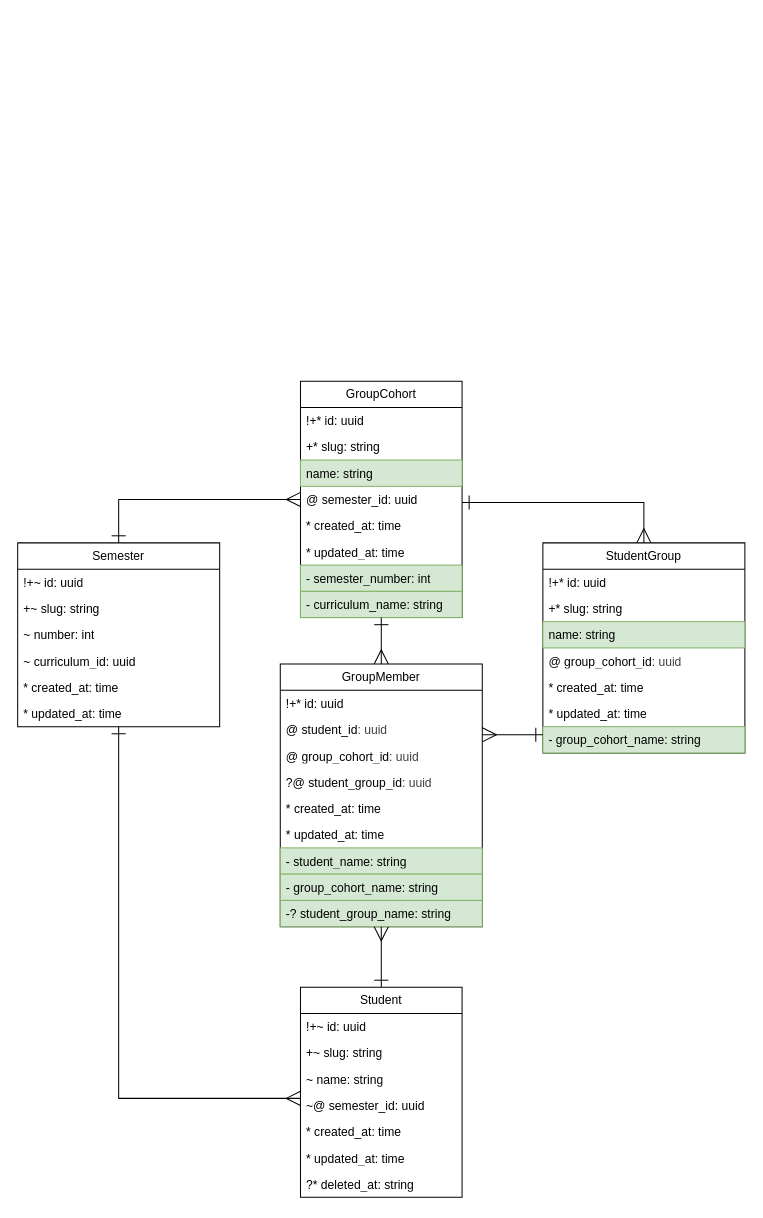
This is page "Student Group" (7 of 9) of docs/entity_relationship.drawio from IrusHunter/duckademic, a draw.io file, before an edit. Source tidied: cells renumbered, new cells numbered last; positions are measured from the earlier drawing's top-left corner, leaving out a move shared by most shapes. Both pictures are drawn from the tidied source at 101%, with x=0, y=0 at pixel (17, 381).
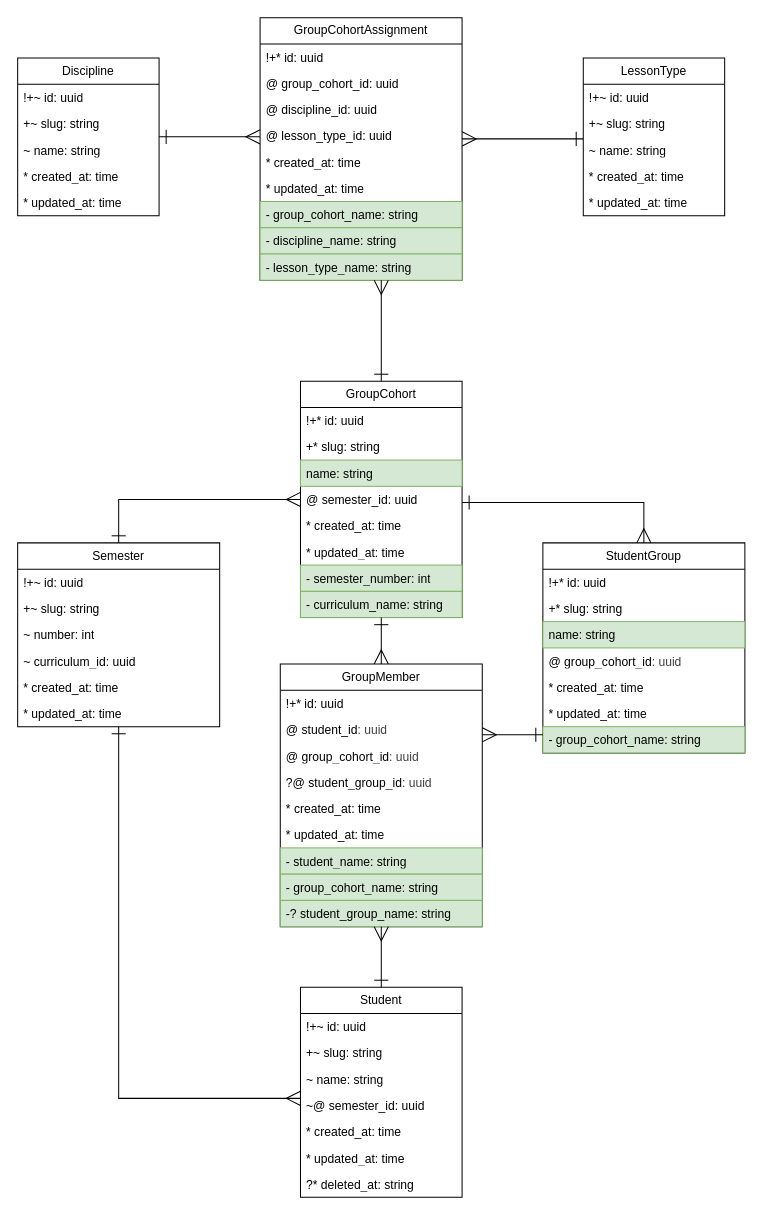
The same page after the edit.

The change refers to these unchanged cells:
```xml
<mxCell id="18" value="GroupCohort" style="swimlane;fontStyle=0;horizontal=1;startSize=26;fillColor=none;whiteSpace=wrap;html=1;" parent="1" vertex="1">
  <mxGeometry x="280" width="160" height="234" as="geometry" />
</mxCell>
```

Change to the diagram source:
```diff
@@
+    <mxCell id="50" value="Discipline" style="swimlane;fontStyle=0;horizontal=1;startSize=26;fillColor=none;whiteSpace=wrap;html=1;" parent="1" vertex="1">
+      <mxGeometry y="-320" width="140" height="156" as="geometry" />
+    </mxCell>
+    <mxCell id="51" value="!+~ id: uuid" style="text;strokeColor=none;fillColor=none;align=left;verticalAlign=top;spacingLeft=4;spacingRight=4;overflow=hidden;whiteSpace=wrap;html=1;" parent="50" vertex="1">
+      <mxGeometry y="26" width="140" height="26" as="geometry" />
+    </mxCell>
+    <mxCell id="52" value="+~ slug: string" style="text;strokeColor=none;fillColor=none;align=left;verticalAlign=top;spacingLeft=4;spacingRight=4;overflow=hidden;whiteSpace=wrap;html=1;" parent="50" vertex="1">
+      <mxGeometry y="52" width="140" height="26" as="geometry" />
+    </mxCell>
+    <mxCell id="53" value="~ name: string" style="text;align=left;verticalAlign=top;spacingLeft=4;spacingRight=4;overflow=hidden;whiteSpace=wrap;html=1;" parent="50" vertex="1">
+      <mxGeometry y="78" width="140" height="26" as="geometry" />
+    </mxCell>
+    <mxCell id="54" value="* created_at: time" style="text;strokeColor=none;fillColor=none;align=left;verticalAlign=top;spacingLeft=4;spacingRight=4;overflow=hidden;whiteSpace=wrap;html=1;" parent="50" vertex="1">
+      <mxGeometry y="104" width="140" height="26" as="geometry" />
+    </mxCell>
+    <mxCell id="55" value="* updated_at: time" style="text;strokeColor=none;fillColor=none;align=left;verticalAlign=top;spacingLeft=4;spacingRight=4;overflow=hidden;whiteSpace=wrap;html=1;" parent="50" vertex="1">
+      <mxGeometry y="130" width="140" height="26" as="geometry" />
+    </mxCell>
+    <mxCell id="56" style="edgeStyle=orthogonalEdgeStyle;html=1;startArrow=ERone;startFill=0;endArrow=ERmany;endFill=0;endSize=12;startSize=12;strokeWidth=1;rounded=0;curved=0;jumpStyle=line;" parent="1" edge="1" source="50" target="64">
+      <mxGeometry relative="1" as="geometry">
+        <Array as="points">
+          <mxPoint x="220" y="-242" />
+          <mxPoint x="220" y="-242" />
+        </Array>
+      </mxGeometry>
+    </mxCell>
+    <mxCell id="57" style="edgeStyle=orthogonalEdgeStyle;html=1;startArrow=ERone;startFill=0;endArrow=ERmany;endFill=0;endSize=12;startSize=12;strokeWidth=1;rounded=0;curved=0;jumpStyle=line;" parent="1" edge="1" source="58" target="64">
+      <mxGeometry relative="1" as="geometry">
+        <Array as="points">
+          <mxPoint x="530" y="-240" />
+          <mxPoint x="530" y="-240" />
+        </Array>
+      </mxGeometry>
+    </mxCell>
+    <mxCell id="58" value="LessonType" style="swimlane;fontStyle=0;horizontal=1;startSize=26;fillColor=none;whiteSpace=wrap;html=1;" parent="1" vertex="1">
+      <mxGeometry x="560" y="-320" width="140" height="156" as="geometry" />
+    </mxCell>
+    <mxCell id="59" value="!+~ id: uuid" style="text;strokeColor=none;fillColor=none;align=left;verticalAlign=top;spacingLeft=4;spacingRight=4;overflow=hidden;whiteSpace=wrap;html=1;" parent="58" vertex="1">
+      <mxGeometry y="26" width="140" height="26" as="geometry" />
+    </mxCell>
+    <mxCell id="60" value="+~ slug: string" style="text;strokeColor=none;fillColor=none;align=left;verticalAlign=top;spacingLeft=4;spacingRight=4;overflow=hidden;whiteSpace=wrap;html=1;" parent="58" vertex="1">
+      <mxGeometry y="52" width="140" height="26" as="geometry" />
+    </mxCell>
+    <mxCell id="61" value="~ name: string" style="text;align=left;verticalAlign=top;spacingLeft=4;spacingRight=4;overflow=hidden;whiteSpace=wrap;html=1;" parent="58" vertex="1">
+      <mxGeometry y="78" width="140" height="26" as="geometry" />
+    </mxCell>
+    <mxCell id="62" value="* created_at: time" style="text;strokeColor=none;fillColor=none;align=left;verticalAlign=top;spacingLeft=4;spacingRight=4;overflow=hidden;whiteSpace=wrap;html=1;" parent="58" vertex="1">
+      <mxGeometry y="104" width="140" height="26" as="geometry" />
+    </mxCell>
+    <mxCell id="63" value="* updated_at: time" style="text;strokeColor=none;fillColor=none;align=left;verticalAlign=top;spacingLeft=4;spacingRight=4;overflow=hidden;whiteSpace=wrap;html=1;" parent="58" vertex="1">
+      <mxGeometry y="130" width="140" height="26" as="geometry" />
+    </mxCell>
+    <mxCell id="64" value="GroupCohortAssignment" style="swimlane;fontStyle=0;horizontal=1;startSize=26;fillColor=none;whiteSpace=wrap;html=1;" parent="1" vertex="1">
+      <mxGeometry x="240" y="-360" width="200" height="260" as="geometry" />
+    </mxCell>
+    <mxCell id="65" value="!+* id: uuid" style="text;strokeColor=none;fillColor=none;align=left;verticalAlign=top;spacingLeft=4;spacingRight=4;overflow=hidden;whiteSpace=wrap;html=1;" parent="64" vertex="1">
+      <mxGeometry y="26" width="200" height="26" as="geometry" />
+    </mxCell>
+    <mxCell id="66" value="@ group_cohort_id: uuid" style="text;strokeColor=none;fillColor=none;align=left;verticalAlign=top;spacingLeft=4;spacingRight=4;overflow=hidden;whiteSpace=wrap;html=1;" parent="64" vertex="1">
+      <mxGeometry y="52" width="200" height="26" as="geometry" />
+    </mxCell>
+    <mxCell id="67" value="@ discipline_id: uuid" style="text;strokeColor=none;fillColor=none;align=left;verticalAlign=top;spacingLeft=4;spacingRight=4;overflow=hidden;whiteSpace=wrap;html=1;" parent="64" vertex="1">
+      <mxGeometry y="78" width="200" height="26" as="geometry" />
+    </mxCell>
+    <mxCell id="68" value="@ lesson_type_id: uuid" style="text;strokeColor=none;fillColor=none;align=left;verticalAlign=top;spacingLeft=4;spacingRight=4;overflow=hidden;whiteSpace=wrap;html=1;" parent="64" vertex="1">
+      <mxGeometry y="104" width="200" height="26" as="geometry" />
+    </mxCell>
+    <mxCell id="69" value="* created_at: time" style="text;strokeColor=none;fillColor=none;align=left;verticalAlign=top;spacingLeft=4;spacingRight=4;overflow=hidden;whiteSpace=wrap;html=1;" parent="64" vertex="1">
+      <mxGeometry y="130" width="200" height="26" as="geometry" />
+    </mxCell>
+    <mxCell id="70" value="* updated_at: time" style="text;strokeColor=none;fillColor=none;align=left;verticalAlign=top;spacingLeft=4;spacingRight=4;overflow=hidden;whiteSpace=wrap;html=1;" parent="64" vertex="1">
+      <mxGeometry y="156" width="200" height="26" as="geometry" />
+    </mxCell>
+    <mxCell id="71" value="- group_cohort_name: string" style="text;strokeColor=#82b366;fillColor=#d5e8d4;align=left;verticalAlign=top;spacingLeft=4;spacingRight=4;overflow=hidden;whiteSpace=wrap;html=1;" parent="64" vertex="1">
+      <mxGeometry y="182" width="200" height="26" as="geometry" />
+    </mxCell>
+    <mxCell id="72" value="- discipline_name: string" style="text;strokeColor=#82b366;fillColor=#d5e8d4;align=left;verticalAlign=top;spacingLeft=4;spacingRight=4;overflow=hidden;whiteSpace=wrap;html=1;" parent="64" vertex="1">
+      <mxGeometry y="208" width="200" height="26" as="geometry" />
+    </mxCell>
+    <mxCell id="73" value="- lesson_type_name: string" style="text;strokeColor=#82b366;fillColor=#d5e8d4;align=left;verticalAlign=top;spacingLeft=4;spacingRight=4;overflow=hidden;whiteSpace=wrap;html=1;" parent="64" vertex="1">
+      <mxGeometry y="234" width="200" height="26" as="geometry" />
+    </mxCell>
+    <mxCell id="74" style="edgeStyle=orthogonalEdgeStyle;html=1;startArrow=ERone;startFill=0;endArrow=ERmany;endFill=0;endSize=12;startSize=12;strokeWidth=1;rounded=0;curved=0;jumpStyle=line;" parent="1" edge="1" source="18" target="64">
+      <mxGeometry relative="1" as="geometry">
+        <Array as="points">
+          <mxPoint x="360" y="-80" />
+          <mxPoint x="360" y="-80" />
+        </Array>
+      </mxGeometry>
+    </mxCell>
```
